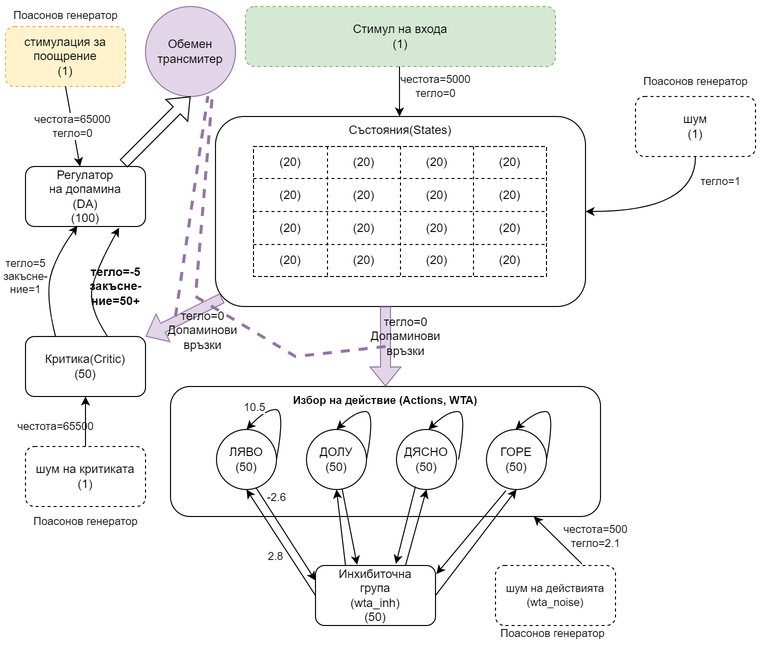
borkox/uni-sofia-pre-masters-project keeps this draw.io diagram as doc/snn_architecture_bg.drawio.png. Above is the earlier version. Source tidied: cells renumbered, new cells last; positions are measured from the earlier drawing's top-left corner, leaving out a move shared by most shapes.
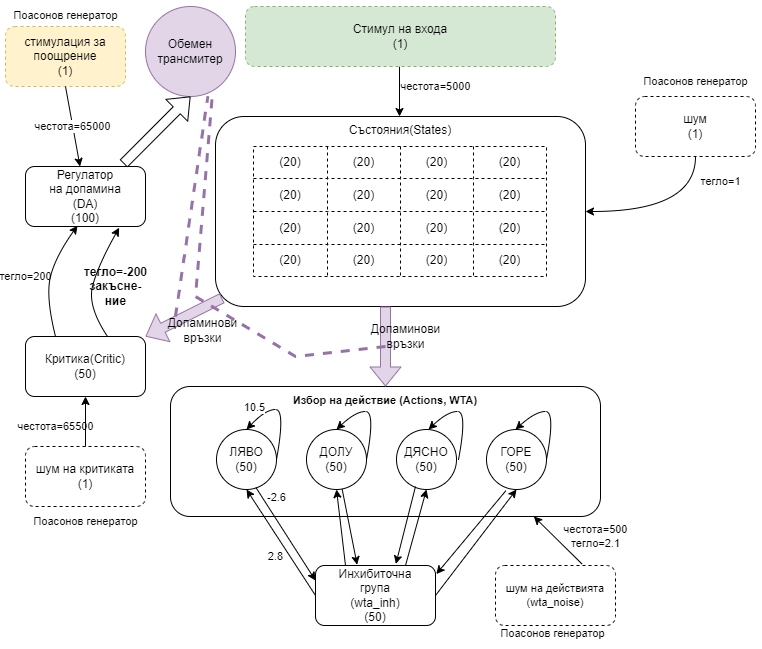
The same file after the commit.

Diff of the diagram source:
```diff
@@ -71,7 +71,7 @@
     <mxCell id="24" value="шум&lt;br&gt;(1)" style="rounded=1;whiteSpace=wrap;html=1;dashed=1;" parent="1" vertex="1">
       <mxGeometry x="635" y="96" width="120" height="60" as="geometry" />
     </mxCell>
-    <mxCell id="25" value="&lt;span style=&quot;color: rgb(0, 0, 0); font-family: Helvetica; font-size: 11px; font-style: normal; font-variant-ligatures: normal; font-variant-caps: normal; font-weight: 400; letter-spacing: normal; orphans: 2; text-align: center; text-indent: 0px; text-transform: none; widows: 2; word-spacing: 0px; -webkit-text-stroke-width: 0px; text-decoration-thickness: initial; text-decoration-style: initial; text-decoration-color: initial; float: none; display: inline !important;&quot;&gt;честота=5000&lt;/span&gt;&lt;br style=&quot;color: rgb(0, 0, 0); font-family: Helvetica; font-size: 11px; font-style: normal; font-variant-ligatures: normal; font-variant-caps: normal; font-weight: 400; letter-spacing: normal; orphans: 2; text-align: center; text-indent: 0px; text-transform: none; widows: 2; word-spacing: 0px; -webkit-text-stroke-width: 0px; text-decoration-thickness: initial; text-decoration-style: initial; text-decoration-color: initial;&quot;&gt;&lt;span style=&quot;color: rgb(0, 0, 0); font-family: Helvetica; font-size: 11px; font-style: normal; font-variant-ligatures: normal; font-variant-caps: normal; font-weight: 400; letter-spacing: normal; orphans: 2; text-align: center; text-indent: 0px; text-transform: none; widows: 2; word-spacing: 0px; -webkit-text-stroke-width: 0px; text-decoration-thickness: initial; text-decoration-style: initial; text-decoration-color: initial; float: none; display: inline !important;&quot;&gt;тегло=0&lt;/span&gt;" style="rounded=1;orthogonalLoop=1;jettySize=auto;html=1;entryX=0.5;entryY=0;entryDx=0;entryDy=0;labelBackgroundColor=none;" parent="1" edge="1">
+    <mxCell id="25" value="&lt;span style=&quot;color: rgb(0, 0, 0); font-family: Helvetica; font-size: 11px; font-style: normal; font-variant-ligatures: normal; font-variant-caps: normal; font-weight: 400; letter-spacing: normal; orphans: 2; text-align: center; text-indent: 0px; text-transform: none; widows: 2; word-spacing: 0px; -webkit-text-stroke-width: 0px; text-decoration-thickness: initial; text-decoration-style: initial; text-decoration-color: initial; float: none; display: inline !important;&quot;&gt;честота=5000&lt;/span&gt;" style="rounded=1;orthogonalLoop=1;jettySize=auto;html=1;entryX=0.5;entryY=0;entryDx=0;entryDy=0;labelBackgroundColor=none;" parent="1" edge="1">
       <mxGeometry x="-0.2" y="36" relative="1" as="geometry">
         <mxPoint x="399" y="66" as="sourcePoint" />
         <mxPoint x="399" y="116" as="targetPoint" />
@@ -192,10 +192,10 @@
     <mxCell id="53" style="shape=flexArrow;endArrow=classic;html=1;rounded=0;exitX=0.817;exitY=-0.047;exitDx=0;exitDy=0;entryX=0.5;entryY=1;entryDx=0;entryDy=0;exitPerimeter=0;" parent="1" edge="1" source="28" target="29">
       <mxGeometry relative="1" as="geometry" />
     </mxCell>
-    <mxCell id="54" value="честота=65000&lt;br&gt;тегло=0" style="endArrow=classic;html=1;rounded=0;exitX=0.5;exitY=1;exitDx=0;exitDy=0;" parent="1" edge="1" source="27" target="28">
+    <mxCell id="54" value="честота=65000" style="endArrow=classic;html=1;rounded=0;exitX=0.5;exitY=1;exitDx=0;exitDy=0;" parent="1" edge="1" source="27" target="28">
       <mxGeometry relative="1" as="geometry" />
     </mxCell>
-    <mxCell id="55" value="тегло=5&lt;br&gt;закъсне-&lt;br&gt;ние=1" style="curved=1;endArrow=classic;html=1;rounded=0;exitX=0.25;exitY=0;exitDx=0;exitDy=0;entryX=0.433;entryY=0.987;entryDx=0;entryDy=0;entryPerimeter=0;labelBackgroundColor=none;" parent="1" edge="1" source="30" target="28">
+    <mxCell id="55" value="тегло=200" style="curved=1;endArrow=classic;html=1;rounded=0;exitX=0.25;exitY=0;exitDx=0;exitDy=0;entryX=0.433;entryY=0.987;entryDx=0;entryDy=0;entryPerimeter=0;labelBackgroundColor=none;" parent="1" edge="1" source="30" target="28">
       <mxGeometry x="-0.07" y="24" relative="1" as="geometry">
         <Array as="points">
           <mxPoint x="45" y="296" />
@@ -203,7 +203,7 @@
         </Array>
       </mxGeometry>
     </mxCell>
-    <mxCell id="56" value="тегло=-5&lt;br style=&quot;font-size: 12px;&quot;&gt;закъсне-&lt;br&gt;ние=50+" style="curved=1;endArrow=classic;html=1;rounded=0;exitX=0.5;exitY=0;exitDx=0;exitDy=0;entryX=0.597;entryY=1.02;entryDx=0;entryDy=0;entryPerimeter=0;fontStyle=1;fontSize=12;labelBackgroundColor=none;" parent="1" edge="1">
+    <mxCell id="56" value="тегло=-200&lt;br style=&quot;font-size: 12px;&quot;&gt;закъсне-&lt;br&gt;ние" style="curved=1;endArrow=classic;html=1;rounded=0;exitX=0.5;exitY=0;exitDx=0;exitDy=0;entryX=0.597;entryY=1.02;entryDx=0;entryDy=0;entryPerimeter=0;fontStyle=1;fontSize=12;labelBackgroundColor=none;" parent="1" edge="1">
       <mxGeometry x="0.02" y="-22" relative="1" as="geometry">
         <mxPoint x="107" y="336" as="sourcePoint" />
         <mxPoint x="118.6" y="227.2" as="targetPoint" />
@@ -213,12 +213,12 @@
         </Array>
       </mxGeometry>
     </mxCell>
-    <mxCell id="57" value="тегло=0&lt;br&gt;Допаминови&lt;br&gt;връзки" style="shape=flexArrow;endArrow=classic;html=1;rounded=0;fontSize=12;entryX=0.5;entryY=0;entryDx=0;entryDy=0;fillColor=#e1d5e7;strokeColor=#9673a6;labelBackgroundColor=none;" parent="1" edge="1" target="32">
+    <mxCell id="57" value="Допаминови&lt;br&gt;връзки" style="shape=flexArrow;endArrow=classic;html=1;rounded=0;fontSize=12;entryX=0.5;entryY=0;entryDx=0;entryDy=0;fillColor=#e1d5e7;strokeColor=#9673a6;labelBackgroundColor=none;" parent="1" edge="1" target="32">
       <mxGeometry x="-0.25" y="20" relative="1" as="geometry">
         <mxPoint x="385" y="306" as="sourcePoint" />
       </mxGeometry>
     </mxCell>
-    <mxCell id="58" value="тегло=0&lt;br&gt;Допаминови&lt;br&gt;връзки" style="shape=flexArrow;endArrow=classic;html=1;rounded=0;fontSize=12;fillColor=#e1d5e7;strokeColor=#9673a6;exitX=0.018;exitY=0.956;exitDx=0;exitDy=0;exitPerimeter=0;labelBackgroundColor=none;" parent="1" edge="1" source="2" target="30">
+    <mxCell id="58" value="Допаминови&lt;br&gt;връзки" style="shape=flexArrow;endArrow=classic;html=1;rounded=0;fontSize=12;fillColor=#e1d5e7;strokeColor=#9673a6;exitX=0.018;exitY=0.956;exitDx=0;exitDy=0;exitPerimeter=0;labelBackgroundColor=none;" parent="1" edge="1" source="2" target="30">
       <mxGeometry x="-0.25" y="20" relative="1" as="geometry" />
     </mxCell>
     <mxCell id="59" value="шум на действията&lt;br&gt;(wta_noise)" style="rounded=1;whiteSpace=wrap;html=1;fontSize=11;dashed=1;" parent="1" vertex="1">
```
